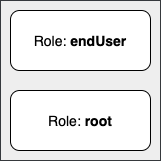
This is src/Images/drawio-images/role.drawio.png from fluree/to-do-lists-generator, a draw.io export, as it was before one commit. Source tidied: cells renumbered, new cells last; positions are measured from the earlier drawing's top-left corner, leaving out a move shared by most shapes.
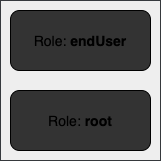
The same file after the commit.

What changed in the source:
```diff
@@ -5,13 +5,13 @@
     <mxCell id="2" style="whiteSpace=wrap;html=1;fillColor=#eeeeee;strokeColor=#36393d;" parent="1" vertex="1">
       <mxGeometry width="160" height="160" as="geometry" />
     </mxCell>
-    <mxCell id="3" style="rounded=1;whiteSpace=wrap;html=1;" parent="1" vertex="1">
+    <mxCell id="3" style="rounded=1;whiteSpace=wrap;html=1;fillColor=#333333;" parent="1" vertex="1">
       <mxGeometry x="10" y="10" width="140" height="60" as="geometry" />
     </mxCell>
     <mxCell id="4" value="&lt;font style=&quot;font-size: 14px&quot;&gt;Role: &lt;b&gt;endUser&lt;/b&gt;&lt;/font&gt;" style="text;html=1;strokeColor=none;fillColor=none;align=center;verticalAlign=middle;whiteSpace=wrap;rounded=0;" parent="1" vertex="1">
       <mxGeometry x="25" y="30" width="110" height="20" as="geometry" />
     </mxCell>
-    <mxCell id="5" style="rounded=1;whiteSpace=wrap;html=1;" parent="1" vertex="1">
+    <mxCell id="5" style="rounded=1;whiteSpace=wrap;html=1;fillColor=#333333;" parent="1" vertex="1">
       <mxGeometry x="10" y="90" width="140" height="60" as="geometry" />
     </mxCell>
     <mxCell id="6" value="&lt;font style=&quot;font-size: 14px&quot;&gt;Role: &lt;b&gt;root&lt;/b&gt;&lt;/font&gt;" style="text;html=1;strokeColor=none;fillColor=none;align=center;verticalAlign=middle;whiteSpace=wrap;rounded=0;" parent="1" vertex="1">
```
